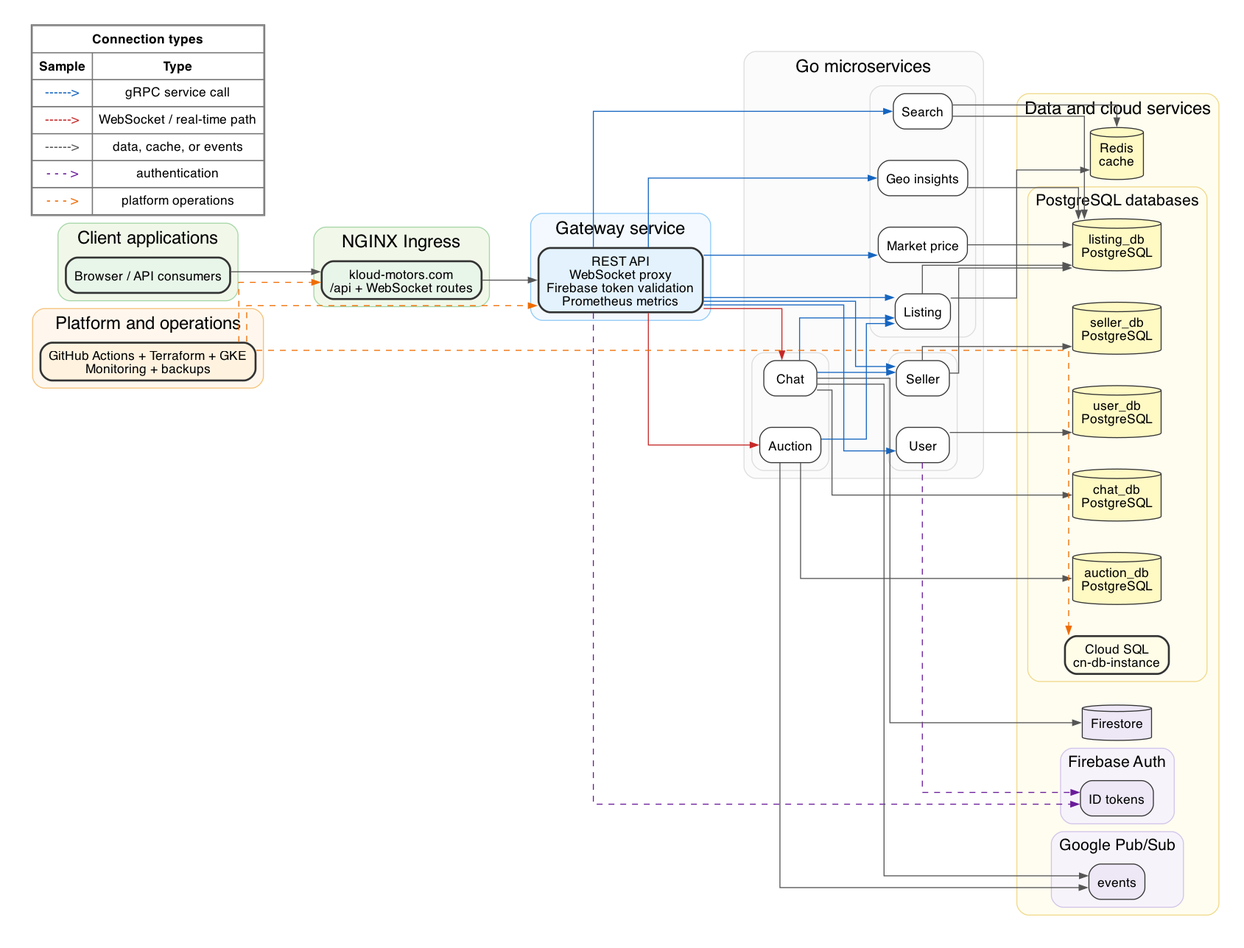
Earlier version of the Graphviz export docs/report/architecture/images/architecture.png (cheestree/kloud-motors). Its source is kept beside it as docs/report/architecture/images/architecture.dot.
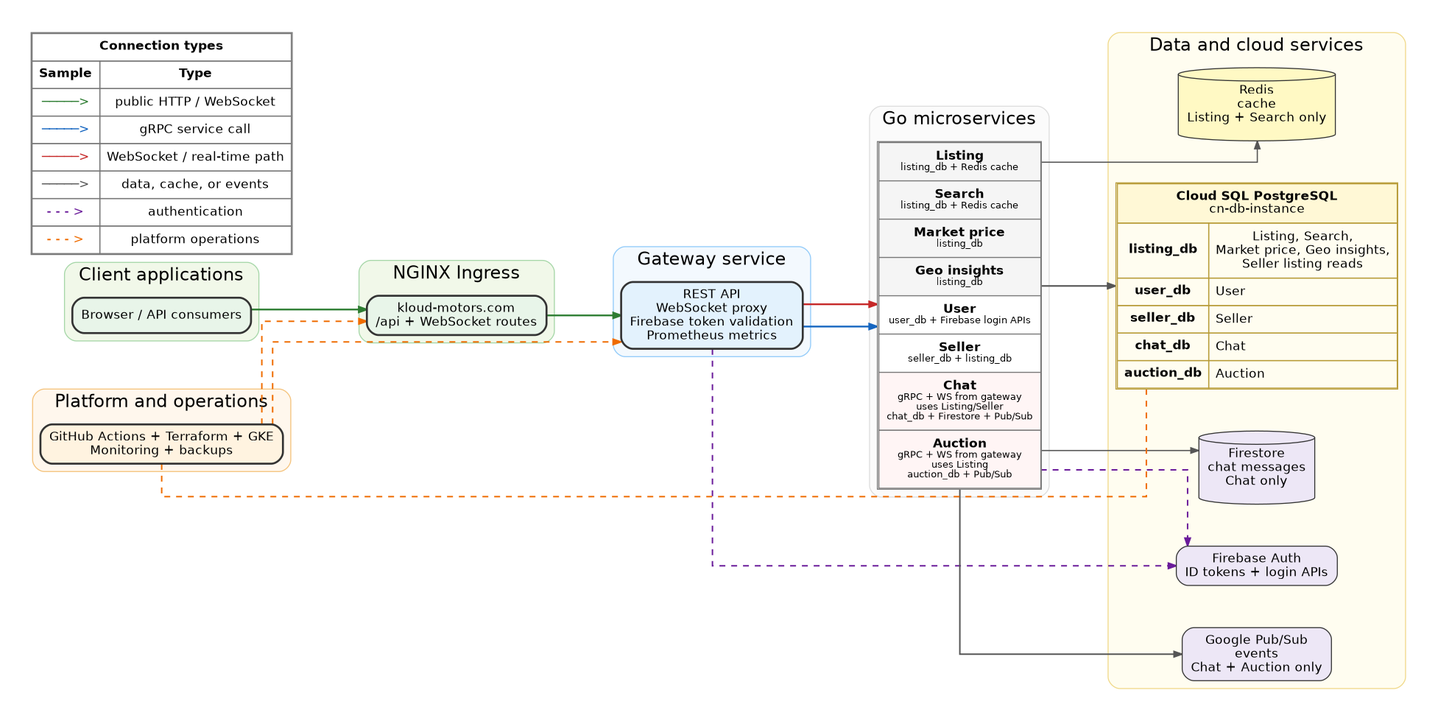
Above is the later version.

Commit message:
Modified architecture diagram

Diff of the diagram source:
```diff
@@ -3,9 +3,11 @@
     rankdir=LR,
     bgcolor="white",
     pad="0.35",
-    nodesep="0.45",
-    ranksep="0.8",
+    nodesep="0.6",
+    ranksep="1.05",
     splines=ortho,
+    compound=true,
+    outputorder=edgesfirst,
     fontname="Helvetica",
     fontsize=20,
     labelloc=t
@@ -25,7 +27,8 @@
     color="#555555",
     fontname="Helvetica",
     fontsize=11,
-    arrowsize=0.8
+    arrowsize=0.8,
+    penwidth=1.2
   ];
 
   subgraph cluster_client {
@@ -65,40 +68,18 @@
     fillcolor="#fbfbfb";
     fontsize=18;
 
-    subgraph cluster_marketplace {
-      label="";
-      color="#dddddd";
-      style="rounded,filled";
-      fillcolor="#fbfbfb";
-      fontsize=16;
-
-      listing_service [label="Listing", fillcolor="#ffffff"];
-      search_service [label="Search", fillcolor="#ffffff"];
-      marketprice_service [label="Market price", fillcolor="#ffffff"];
-      geo_service [label="Geo insights", fillcolor="#ffffff"];
-    }
-
-    subgraph cluster_accounts {
-      label="";
-      color="#dddddd";
-      style="rounded,filled";
-      fillcolor="#fbfbfb";
-      fontsize=16;
-
-      user_service [label="User", fillcolor="#ffffff"];
-      seller_service [label="Seller", fillcolor="#ffffff"];
-    }
-
-    subgraph cluster_realtime {
-      label="";
-      color="#dddddd";
-      style="rounded,filled";
-      fillcolor="#fbfbfb";
-      fontsize=16;
-
-      chat_service [label="Chat", fillcolor="#ffffff"];
-      auction_service [label="Auction", fillcolor="#ffffff"];
-    }
+    services [shape=plain, label=<
+      <TABLE BORDER="1" CELLBORDER="1" CELLSPACING="0" CELLPADDING="7" COLOR="#777777" BGCOLOR="#ffffff">
+        <TR><TD PORT="listing" BGCOLOR="#f5f5f5"><B>Listing</B><BR/><FONT POINT-SIZE="10">listing_db + Redis cache</FONT></TD></TR>
+        <TR><TD PORT="search" BGCOLOR="#f5f5f5"><B>Search</B><BR/><FONT POINT-SIZE="10">listing_db + Redis cache</FONT></TD></TR>
+        <TR><TD PORT="marketprice" BGCOLOR="#f5f5f5"><B>Market price</B><BR/><FONT POINT-SIZE="10">listing_db</FONT></TD></TR>
+        <TR><TD PORT="geo" BGCOLOR="#f5f5f5"><B>Geo insights</B><BR/><FONT POINT-SIZE="10">listing_db</FONT></TD></TR>
+        <TR><TD PORT="user" BGCOLOR="#ffffff"><B>User</B><BR/><FONT POINT-SIZE="10">user_db + Firebase login APIs</FONT></TD></TR>
+        <TR><TD PORT="seller" BGCOLOR="#ffffff"><B>Seller</B><BR/><FONT POINT-SIZE="10">seller_db + listing_db</FONT></TD></TR>
+        <TR><TD PORT="chat" BGCOLOR="#fff5f5"><B>Chat</B><BR/><FONT POINT-SIZE="10">gRPC + WS from gateway</FONT><BR/><FONT POINT-SIZE="10">uses Listing/Seller</FONT><BR/><FONT POINT-SIZE="10">chat_db + Firestore + Pub/Sub</FONT></TD></TR>
+        <TR><TD PORT="auction" BGCOLOR="#fff5f5"><B>Auction</B><BR/><FONT POINT-SIZE="10">gRPC + WS from gateway</FONT><BR/><FONT POINT-SIZE="10">uses Listing</FONT><BR/><FONT POINT-SIZE="10">auction_db + Pub/Sub</FONT></TD></TR>
+      </TABLE>
+    >];
   }
 
   subgraph cluster_data {
@@ -108,44 +89,22 @@
     fillcolor="#fffdf0";
     fontsize=18;
 
-    redis [shape=cylinder, label="Redis\ncache", fillcolor="#fff9c4"];
+    redis [shape=cylinder, label="Redis\ncache\nListing + Search only", fillcolor="#fff9c4"];
 
-    subgraph cluster_cloudsql {
-      label="PostgreSQL databases";
-      color="#f0d98a";
-      style="rounded,filled";
-      fillcolor="#fffdf0";
-      fontsize=16;
+    cloudsql [shape=plain, label=<
+      <TABLE BORDER="1" CELLBORDER="1" CELLSPACING="0" CELLPADDING="6" COLOR="#b79b37" BGCOLOR="#fffdf0">
+        <TR><TD PORT="instance" COLSPAN="2" BGCOLOR="#fff8d6"><B>Cloud SQL PostgreSQL</B><BR/>cn-db-instance</TD></TR>
+        <TR><TD PORT="listing"><B>listing_db</B></TD><TD ALIGN="LEFT">Listing, Search,<BR/>Market price, Geo insights,<BR/>Seller listing reads</TD></TR>
+        <TR><TD PORT="user"><B>user_db</B></TD><TD ALIGN="LEFT">User</TD></TR>
+        <TR><TD PORT="seller"><B>seller_db</B></TD><TD ALIGN="LEFT">Seller</TD></TR>
+        <TR><TD PORT="chat"><B>chat_db</B></TD><TD ALIGN="LEFT">Chat</TD></TR>
+        <TR><TD PORT="auction"><B>auction_db</B></TD><TD ALIGN="LEFT">Auction</TD></TR>
+      </TABLE>
+    >];
 
-      cloudsql_instance [shape=box, label="Cloud SQL\ncn-db-instance", fillcolor="#fffde7", penwidth=2];
-      listing_db [shape=cylinder, label="listing_db\nPostgreSQL", fillcolor="#fff9c4"];
-      user_db [shape=cylinder, label="user_db\nPostgreSQL", fillcolor="#fff9c4"];
-      seller_db [shape=cylinder, label="seller_db\nPostgreSQL", fillcolor="#fff9c4"];
-      chat_db [shape=cylinder, label="chat_db\nPostgreSQL", fillcolor="#fff9c4"];
-      auction_db [shape=cylinder, label="auction_db\nPostgreSQL", fillcolor="#fff9c4"];
-    }
-
-    subgraph cluster_firebase {
-      label="Firebase Auth";
-      color="#d1c4e9";
-      style="rounded,filled";
-      fillcolor="#f7f3fb";
-      fontsize=16;
-
-      firebase_content [label="ID tokens", fillcolor="#ede7f6"];
-    }
-
-    firestore [shape=cylinder, label="Firestore", fillcolor="#ede7f6"];
-
-    subgraph cluster_pubsub {
-      label="Google Pub/Sub";
-      color="#d1c4e9";
-      style="rounded,filled";
-      fillcolor="#f7f3fb";
-      fontsize=16;
-
-      pubsub_content [label="events", fillcolor="#ede7f6"];
-    }
+    firestore [shape=cylinder, label="Firestore\nchat messages\nChat only", fillcolor="#ede7f6"];
+    firebase_content [label="Firebase Auth\nID tokens + login APIs", fillcolor="#ede7f6"];
+    pubsub_content [label="Google Pub/Sub\nevents\nChat + Auction only", fillcolor="#ede7f6"];
   }
 
   subgraph cluster_platform {
@@ -160,51 +119,32 @@
 
   legend [shape=plain, label=<
     <TABLE BORDER="1" CELLBORDER="1" CELLSPACING="0" CELLPADDING="6" COLOR="#777777" BGCOLOR="#ffffff">
-      <TR><TD COLSPAN="3"><B>Connection types</B></TD></TR>
+      <TR><TD COLSPAN="2"><B>Connection types</B></TD></TR>
       <TR><TD><B>Sample</B></TD><TD><B>Type</B></TD></TR>
-      <TR><TD><FONT COLOR="#1565c0">------&gt;</FONT></TD><TD>gRPC service call</TD></TR>
-      <TR><TD><FONT COLOR="#c62828">------&gt;</FONT></TD><TD>WebSocket / real-time path</TD></TR>
-      <TR><TD><FONT COLOR="#555555">------&gt;</FONT></TD><TD>data, cache, or events</TD></TR>
+      <TR><TD><FONT COLOR="#2e7d32">&#9472;&#9472;&#9472;&#9472;&#9472;&gt;</FONT></TD><TD>public HTTP / WebSocket</TD></TR>
+      <TR><TD><FONT COLOR="#1565c0">&#9472;&#9472;&#9472;&#9472;&#9472;&gt;</FONT></TD><TD>gRPC service call</TD></TR>
+      <TR><TD><FONT COLOR="#c62828">&#9472;&#9472;&#9472;&#9472;&#9472;&gt;</FONT></TD><TD>WebSocket / real-time path</TD></TR>
+      <TR><TD><FONT COLOR="#555555">&#9472;&#9472;&#9472;&#9472;&#9472;&gt;</FONT></TD><TD>data, cache, or events</TD></TR>
       <TR><TD><FONT COLOR="#6a1b9a">- - - &gt;</FONT></TD><TD>authentication</TD></TR>
       <TR><TD><FONT COLOR="#ef6c00">- - - &gt;</FONT></TD><TD>platform operations</TD></TR>
     </TABLE>
   >];
 
-  client_content -> ingress_content;
-  ingress_content -> gateway_content;
+  client_content -> ingress_content [color="#2e7d32", penwidth=1.8];
+  ingress_content -> gateway_content [color="#2e7d32", penwidth=1.8];
 
-  gateway_content -> listing_service [color="#1565c0"];
-  gateway_content -> search_service [color="#1565c0"];
-  gateway_content -> marketprice_service [color="#1565c0"];
-  gateway_content -> geo_service [color="#1565c0"];
-  gateway_content -> user_service [color="#1565c0"];
-  gateway_content -> seller_service [color="#1565c0"];
-  gateway_content -> chat_service [color="#c62828"];
-  gateway_content -> auction_service [color="#c62828"];
+  gateway_content -> services:grpc:w [color="#1565c0", penwidth=1.8];
+  gateway_content -> services:ws:w [color="#c62828", penwidth=1.8];
 
-  chat_service -> listing_service [color="#1565c0"];
-  chat_service -> seller_service [color="#1565c0"];
-  auction_service -> listing_service [color="#1565c0"];
+  services:listing:e -> redis [color="#555555"];
+  services:e -> cloudsql:w [color="#555555", penwidth=1.6];
+  services:chat:e -> firestore [color="#555555"];
+  services:chat:e -> pubsub_content [color="#555555", penwidth=1.5];
 
-  listing_service -> redis;
-  search_service -> redis;
-  listing_service -> listing_db;
-  search_service -> listing_db;
-  marketprice_service -> listing_db;
-  geo_service -> listing_db;
-  seller_service -> listing_db;
-  user_service -> user_db;
-  seller_service -> seller_db;
-  chat_service -> chat_db;
-  auction_service -> auction_db;
-  chat_service -> firestore;
-  chat_service -> pubsub_content;
-  auction_service -> pubsub_content;
+  gateway_content -> firebase_content [style=dashed, color="#6a1b9a", penwidth=1.5, constraint=false];
+  services:user:e -> firebase_content [style=dashed, color="#6a1b9a", penwidth=1.5, constraint=false];
 
-  gateway_content -> firebase_content [style=dashed, color="#6a1b9a"];
-  user_service -> firebase_content [style=dashed, color="#6a1b9a"];
-
-  platform_content -> ingress_content [style=dashed, color="#ef6c00"];
-  platform_content -> gateway_content [style=dashed, color="#ef6c00"];
-  platform_content -> cloudsql_instance [style=dashed, color="#ef6c00"];
+  platform_content -> ingress_content [style=dashed, color="#ef6c00", penwidth=1.5, constraint=false];
+  platform_content -> gateway_content [style=dashed, color="#ef6c00", penwidth=1.5, constraint=false];
+  platform_content -> cloudsql:instance:w [style=dashed, color="#ef6c00", penwidth=1.5, constraint=false];
 }
```
